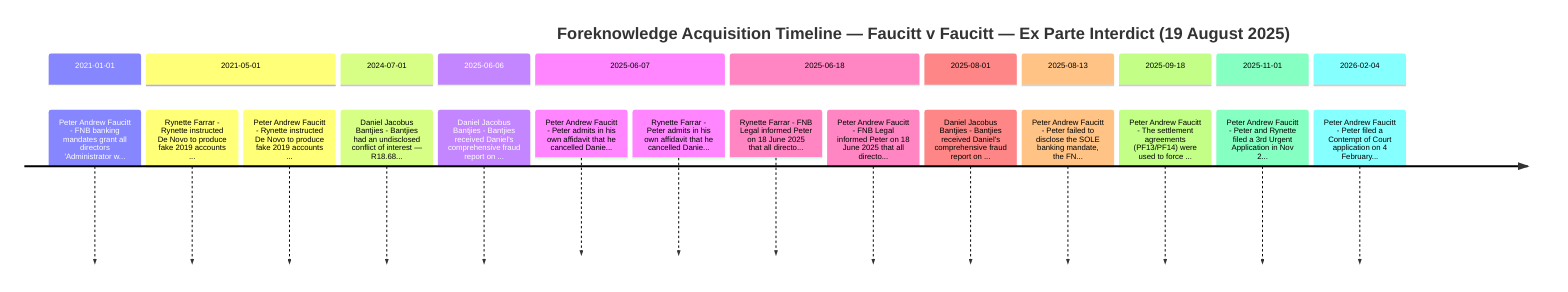
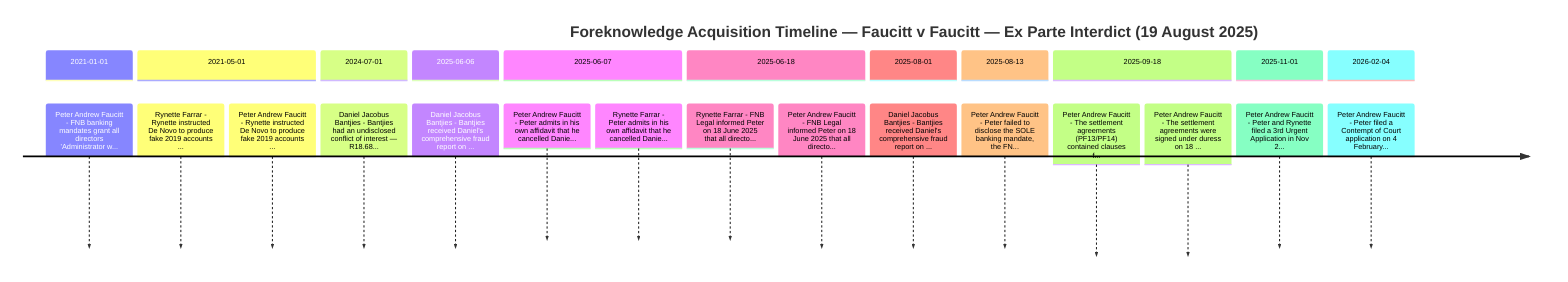
timeline
    title Foreknowledge Acquisition Timeline — Faucitt v Faucitt — Ex Parte Interdict (19 August 2025)
    section 2021-01-01
        Peter Andrew Faucitt - FNB banking mandates grant all directors 'Administrator w...
    section 2021-05-01
        Rynette Farrar - Rynette instructed De Novo to produce fake 2019 accounts ...
        Peter Andrew Faucitt - Rynette instructed De Novo to produce fake 2019 accounts ...
    section 2024-07-01
        Daniel Jacobus Bantjies - Bantjies had an undisclosed conflict of interest — R18.68...
    section 2025-06-06
        Daniel Jacobus Bantjies - Bantjies received Daniel's comprehensive fraud report on ...
    section 2025-06-07
        Peter Andrew Faucitt - Peter admits in his own affidavit that he cancelled Danie...
        Rynette Farrar - Peter admits in his own affidavit that he cancelled Danie...
    section 2025-06-18
        Rynette Farrar - FNB Legal informed Peter on 18 June 2025 that all directo...
        Peter Andrew Faucitt - FNB Legal informed Peter on 18 June 2025 that all directo...
    section 2025-08-01
        Daniel Jacobus Bantjies - Bantjies received Daniel's comprehensive fraud report on ...
    section 2025-08-13
        Peter Andrew Faucitt - Peter failed to disclose the SOLE banking mandate, the FN...
    section 2025-09-18
-         Peter Andrew Faucitt - The settlement agreements (PF13/PF14) were used to force ...
+         Peter Andrew Faucitt - The settlement agreements (PF13/PF14) contained clauses f...
+         Peter Andrew Faucitt - The settlement agreements were signed under duress on 18 ...
    section 2025-11-01
        Peter Andrew Faucitt - Peter and Rynette filed a 3rd Urgent Application in Nov 2...
    section 2026-02-04
        Peter Andrew Faucitt - Peter filed a Contempt of Court application on 4 February...